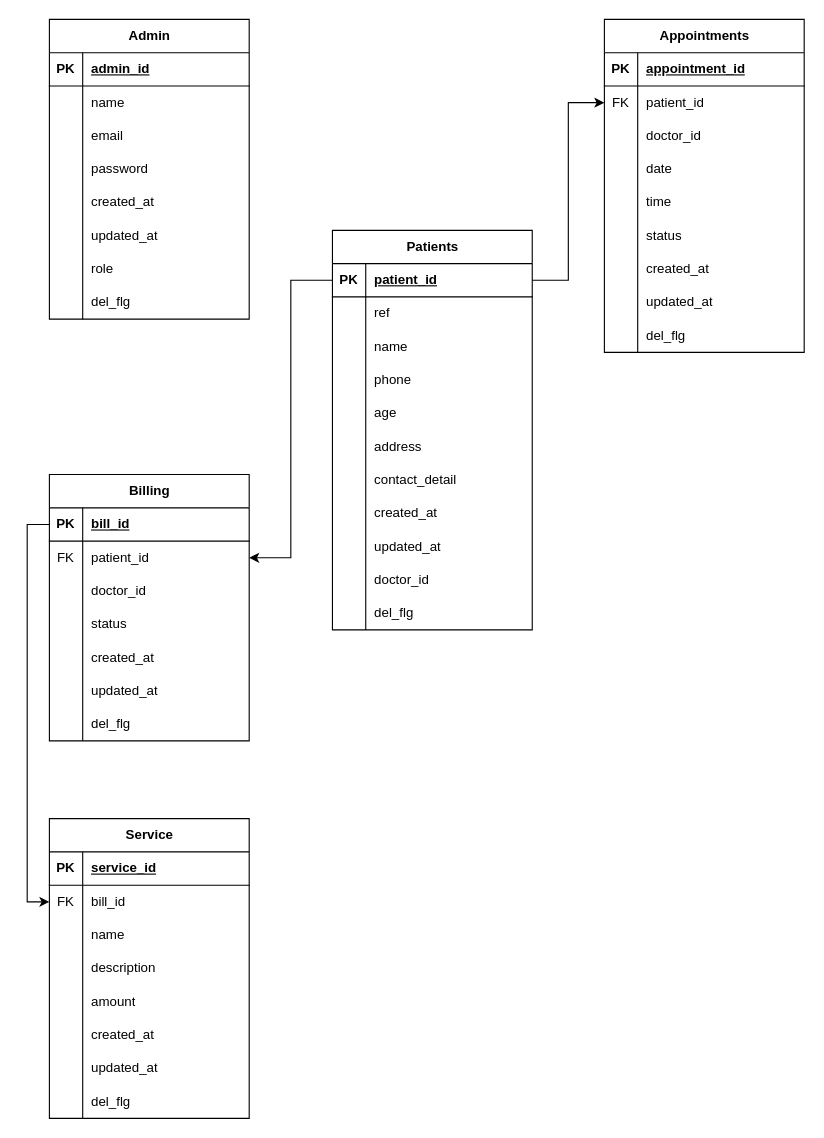
Above: src/main/java/com/dental/pos/doc/db_diagram/dental_pos.drawio in XiaoTie123/Dental_POS (draw.io), before the change. Source tidied: cells renumbered, new cells numbered last; positions are measured from the earlier drawing's top-left corner, leaving out a move shared by most shapes. Both pictures are drawn from the tidied source at 111%, with x=0, y=0 at pixel (49, 19).
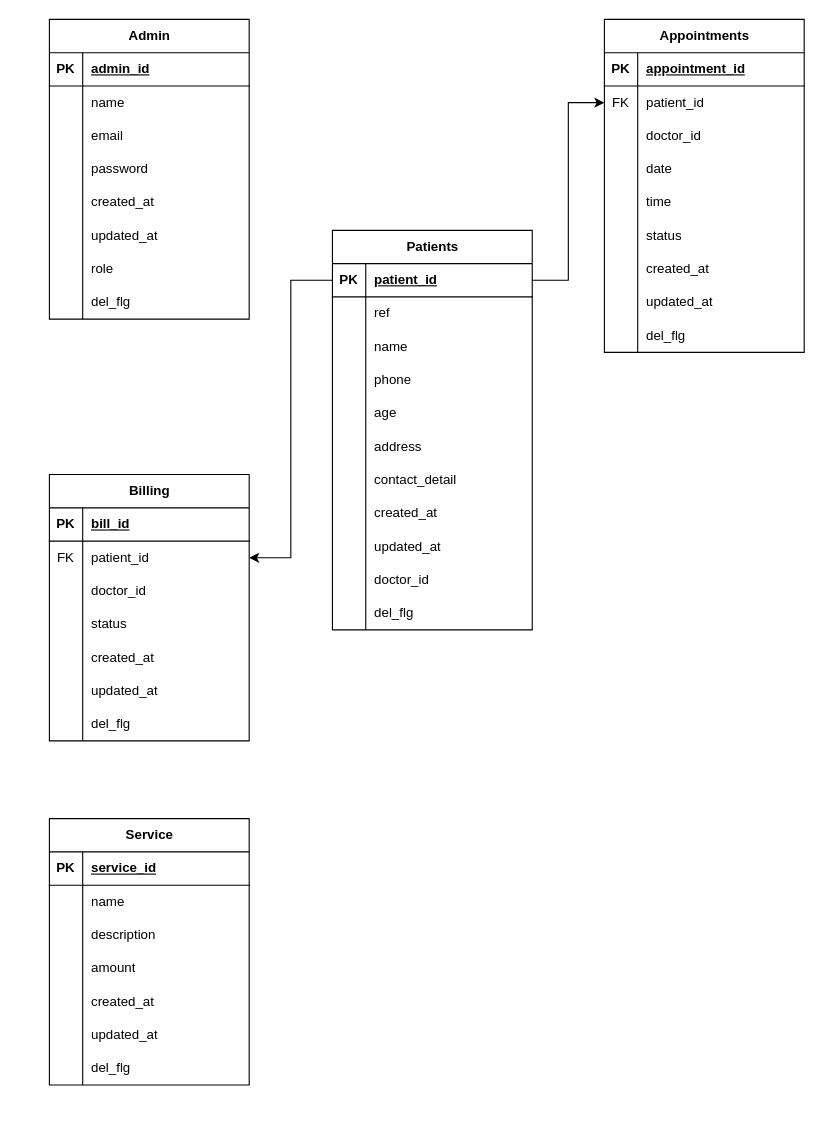
After the change.

The change refers to these unchanged cells:
```xml
<mxCell id="90" style="shape=tableRow;horizontal=0;startSize=0;swimlaneHead=0;swimlaneBody=0;fillColor=none;points=[[0,0.5],[1,0.5]];portConstraint=eastwest;top=0;left=0;right=0;bottom=1;" parent="89" vertex="1">
  <mxGeometry y="30" width="180" height="30" as="geometry" />
</mxCell>
```

The edit, as a diff of the source:
```diff
@@
     <mxCell id="113" value="Service" style="shape=table;startSize=30;childLayout=tableLayout;rowLines=0;fontStyle=1;align=center;html=1;" parent="1" vertex="1">
-      <mxGeometry y="720" width="180" height="270" as="geometry" />
+      <mxGeometry y="720" width="180" height="240" as="geometry" />
     </mxCell>
@@
-    <mxCell id="117" style="shape=tableRow;horizontal=0;startSize=0;swimlaneHead=0;swimlaneBody=0;fillColor=none;points=[[0,0.5],[1,0.5]];portConstraint=eastwest;top=0;left=0;right=0;bottom=0;" parent="113" vertex="1">
-      <mxGeometry y="60" width="180" height="30" as="geometry" />
-    </mxCell>
-    <mxCell id="118" value="FK" style="shape=partialRectangle;fillColor=none;top=0;left=0;bottom=0;right=0;overflow=hidden;whiteSpace=wrap;html=1;" parent="117" vertex="1">
-      <mxGeometry width="30" height="30" as="geometry" />
-    </mxCell>
-    <mxCell id="119" value="bill_id" style="shape=partialRectangle;fillColor=none;top=0;left=0;bottom=0;right=0;align=left;spacingLeft=6;overflow=hidden;whiteSpace=wrap;html=1;" parent="117" vertex="1">
-      <mxGeometry x="30" width="150" height="30" as="geometry" />
-    </mxCell>
     <mxCell id="120" style="shape=tableRow;horizontal=0;startSize=0;swimlaneHead=0;swimlaneBody=0;fillColor=none;top=0;left=0;right=0;bottom=0;" parent="113" vertex="1">
-      <mxGeometry y="90" width="180" height="30" as="geometry" />
+      <mxGeometry y="60" width="180" height="30" as="geometry" />
     </mxCell>
@@
     <mxCell id="123" style="shape=tableRow;horizontal=0;startSize=0;swimlaneHead=0;swimlaneBody=0;fillColor=none;top=0;left=0;right=0;bottom=0;" parent="113" vertex="1">
-      <mxGeometry y="120" width="180" height="30" as="geometry" />
+      <mxGeometry y="90" width="180" height="30" as="geometry" />
     </mxCell>
@@
     <mxCell id="126" style="shape=tableRow;horizontal=0;startSize=0;swimlaneHead=0;swimlaneBody=0;fillColor=none;top=0;left=0;right=0;bottom=0;" parent="113" vertex="1">
-      <mxGeometry y="150" width="180" height="30" as="geometry" />
+      <mxGeometry y="120" width="180" height="30" as="geometry" />
     </mxCell>
@@
     <mxCell id="129" style="shape=tableRow;horizontal=0;startSize=0;swimlaneHead=0;swimlaneBody=0;fillColor=none;top=0;left=0;right=0;bottom=0;" parent="113" vertex="1">
-      <mxGeometry y="180" width="180" height="30" as="geometry" />
+      <mxGeometry y="150" width="180" height="30" as="geometry" />
     </mxCell>
@@
     <mxCell id="132" style="shape=tableRow;horizontal=0;startSize=0;swimlaneHead=0;swimlaneBody=0;fillColor=none;top=0;left=0;right=0;bottom=0;" parent="113" vertex="1">
-      <mxGeometry y="210" width="180" height="30" as="geometry" />
+      <mxGeometry y="180" width="180" height="30" as="geometry" />
     </mxCell>
@@
     <mxCell id="135" style="shape=tableRow;horizontal=0;startSize=0;swimlaneHead=0;swimlaneBody=0;fillColor=none;top=0;left=0;right=0;bottom=0;" parent="113" vertex="1">
-      <mxGeometry y="240" width="180" height="30" as="geometry" />
+      <mxGeometry y="210" width="180" height="30" as="geometry" />
     </mxCell>
@@
-    <mxCell id="138" style="edgeStyle=orthogonalEdgeStyle;rounded=0;jettySize=auto;html=1;exitX=0;exitY=0.5;exitDx=0;exitDy=0;entryX=0;entryY=0.5;entryDx=0;entryDy=0;" parent="1" edge="1" source="90" target="117">
-      <mxGeometry relative="1" as="geometry" />
-    </mxCell>
```
